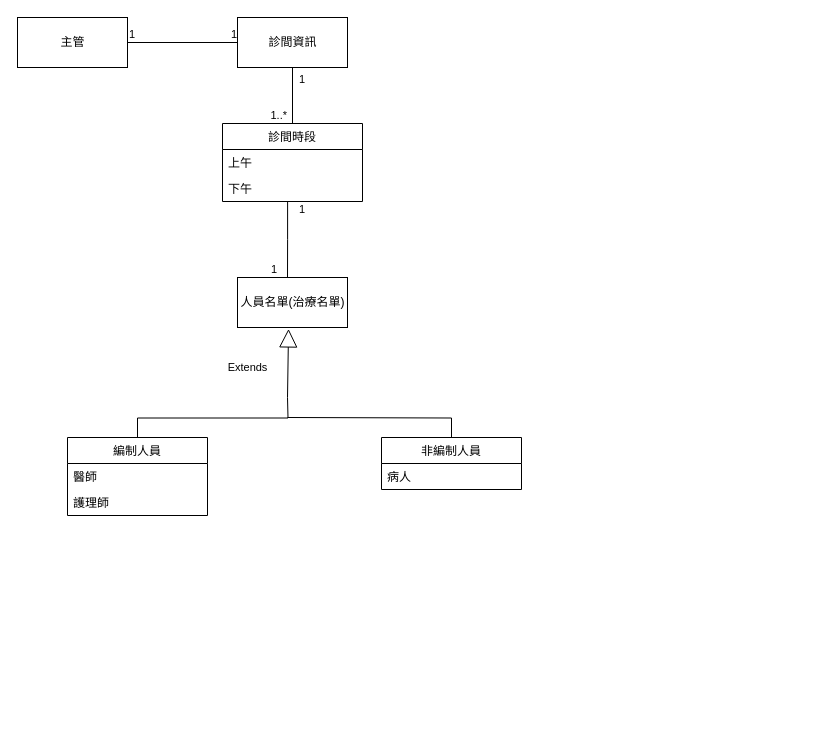
Before: Clinic.drawio in today16/110-2HW2, a draw.io diagram. Source tidied: cells renumbered, new cells numbered last; positions are measured from the earlier drawing's top-left corner, leaving out a move shared by most shapes. Both pictures are drawn from the tidied source at 100%, with x=0, y=0 at pixel (17, 17).
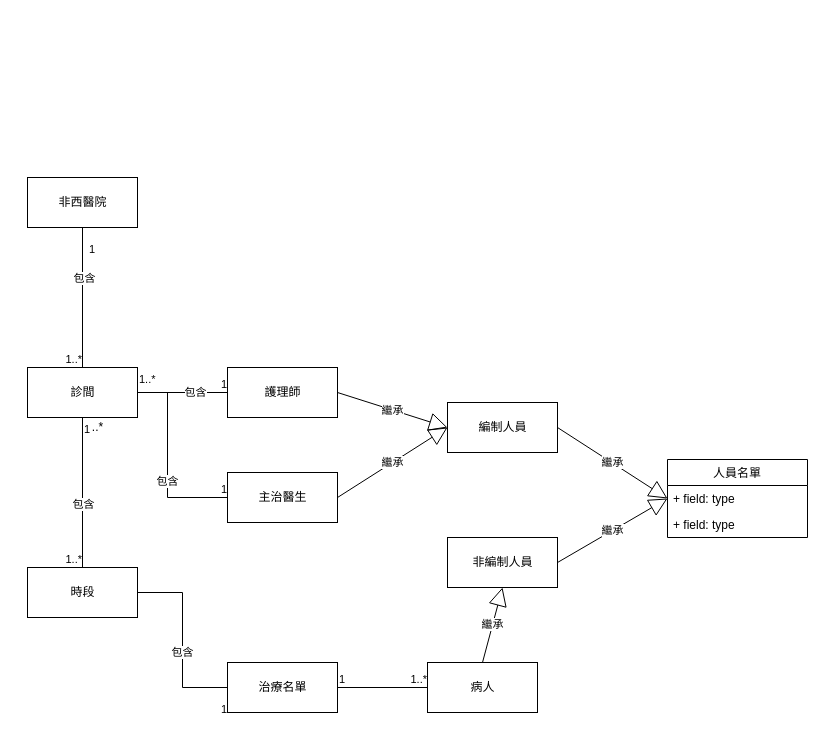
After the change.

What changed in the source:
```diff
@@
+    <mxCell id="25" value="非西醫院" style="html=1;" parent="1" vertex="1">
+      <mxGeometry x="10" y="160" width="110" height="50" as="geometry" />
+    </mxCell>
+    <mxCell id="26" value="診間" style="html=1;" parent="1" vertex="1">
+      <mxGeometry x="10" y="350" width="110" height="50" as="geometry" />
+    </mxCell>
+    <mxCell id="27" value="時段" style="html=1;" parent="1" vertex="1">
+      <mxGeometry x="10" y="550" width="110" height="50" as="geometry" />
+    </mxCell>
+    <mxCell id="28" value="治療名單" style="html=1;" parent="1" vertex="1">
+      <mxGeometry x="210" y="645" width="110" height="50" as="geometry" />
+    </mxCell>
+    <mxCell id="29" value="主治醫生" style="html=1;" parent="1" vertex="1">
+      <mxGeometry x="210" y="455" width="110" height="50" as="geometry" />
+    </mxCell>
+    <mxCell id="10" value="護理師" style="html=1;" parent="1" vertex="1">
+      <mxGeometry x="210" y="350" width="110" height="50" as="geometry" />
+    </mxCell>
+    <mxCell id="3" value="病人" style="html=1;" parent="1" vertex="1">
+      <mxGeometry x="410" y="645" width="110" height="50" as="geometry" />
+    </mxCell>
+    <mxCell id="30" style="endArrow=none;html=1;edgeStyle=orthogonalEdgeStyle;rounded=0;exitX=0.5;exitY=1;exitDx=0;exitDy=0;entryX=0.5;entryY=0;entryDx=0;entryDy=0;" parent="1" edge="1" source="25" target="26">
+      <mxGeometry relative="1" as="geometry" />
+    </mxCell>
+    <mxCell id="31" value="1" style="edgeLabel;html=1;align=left;verticalAlign=bottom;" parent="30" vertex="1">
+      <mxGeometry x="-1" relative="1" as="geometry">
+        <mxPoint x="5" y="30" as="offset" />
+      </mxGeometry>
+    </mxCell>
+    <mxCell id="32" value="1..*" style="edgeLabel;html=1;align=right;verticalAlign=bottom;" parent="30" vertex="1">
+      <mxGeometry x="1" relative="1" as="geometry" />
+    </mxCell>
+    <mxCell id="33" value="包含" style="edgeLabel;html=1;align=center;verticalAlign=middle;" parent="30" vertex="1">
+      <mxGeometry x="-0.29" y="1" relative="1" as="geometry" />
+    </mxCell>
+    <mxCell id="34" style="endArrow=none;html=1;edgeStyle=orthogonalEdgeStyle;rounded=0;exitX=0.5;exitY=1;exitDx=0;exitDy=0;entryX=0.5;entryY=0;entryDx=0;entryDy=0;" parent="1" edge="1" source="26" target="27">
+      <mxGeometry relative="1" as="geometry" />
+    </mxCell>
+    <mxCell id="35" value="1" style="edgeLabel;html=1;align=left;verticalAlign=bottom;" parent="34" vertex="1">
+      <mxGeometry x="-1" relative="1" as="geometry">
+        <mxPoint y="20" as="offset" />
+      </mxGeometry>
+    </mxCell>
+    <mxCell id="36" value="1..*" style="edgeLabel;html=1;align=right;verticalAlign=bottom;" parent="34" vertex="1">
+      <mxGeometry x="1" relative="1" as="geometry" />
+    </mxCell>
+    <mxCell id="37" value="包含" style="edgeLabel;html=1;align=center;verticalAlign=middle;" parent="34" vertex="1">
+      <mxGeometry x="0.15" relative="1" as="geometry" />
+    </mxCell>
+    <mxCell id="38" style="endArrow=none;html=1;edgeStyle=orthogonalEdgeStyle;rounded=0;exitX=1;exitY=0.5;exitDx=0;exitDy=0;entryX=0;entryY=0.5;entryDx=0;entryDy=0;" parent="1" edge="1" source="26" target="29">
+      <mxGeometry relative="1" as="geometry">
+        <Array as="points">
+          <mxPoint x="150" y="375" />
+          <mxPoint x="150" y="480" />
+        </Array>
+      </mxGeometry>
+    </mxCell>
+    <mxCell id="39" value="1..*" style="edgeLabel;html=1;align=left;verticalAlign=bottom;" parent="38" vertex="1">
+      <mxGeometry x="-1" relative="1" as="geometry">
+        <mxPoint y="-5" as="offset" />
+      </mxGeometry>
+    </mxCell>
+    <mxCell id="40" value="1" style="edgeLabel;html=1;align=right;verticalAlign=bottom;" parent="38" vertex="1">
+      <mxGeometry x="1" relative="1" as="geometry" />
+    </mxCell>
+    <mxCell id="41" value="包含" style="edgeLabel;html=1;align=center;verticalAlign=middle;" parent="38" vertex="1">
+      <mxGeometry x="0.21" y="-1" relative="1" as="geometry" />
+    </mxCell>
+    <mxCell id="42" style="endArrow=none;html=1;edgeStyle=orthogonalEdgeStyle;rounded=0;exitX=1;exitY=0.5;exitDx=0;exitDy=0;entryX=0;entryY=0.5;entryDx=0;entryDy=0;" parent="1" edge="1" source="27" target="28">
+      <mxGeometry relative="1" as="geometry" />
+    </mxCell>
+    <mxCell id="43" value="1" style="edgeLabel;html=1;align=right;verticalAlign=bottom;" parent="42" vertex="1">
+      <mxGeometry x="1" relative="1" as="geometry">
+        <mxPoint y="30" as="offset" />
+      </mxGeometry>
+    </mxCell>
+    <mxCell id="44" value="包含" style="edgeLabel;html=1;align=center;verticalAlign=middle;" parent="42" vertex="1">
+      <mxGeometry x="0.12" y="-1" relative="1" as="geometry" />
+    </mxCell>
+    <mxCell id="45" value="..*" style="text;html=1;align=center;verticalAlign=middle;strokeColor=none;fillColor=none;" parent="1" vertex="1">
+      <mxGeometry x="65" y="400" width="30" height="20" as="geometry" />
+    </mxCell>
+    <mxCell id="46" style="endArrow=none;html=1;edgeStyle=orthogonalEdgeStyle;rounded=0;exitX=1;exitY=0.5;exitDx=0;exitDy=0;entryX=0;entryY=0.5;entryDx=0;entryDy=0;" parent="1" edge="1" source="26" target="10">
+      <mxGeometry relative="1" as="geometry" />
+    </mxCell>
+    <mxCell id="47" value="1" style="edgeLabel;html=1;align=right;verticalAlign=bottom;" parent="46" vertex="1">
+      <mxGeometry x="1" relative="1" as="geometry" />
+    </mxCell>
+    <mxCell id="48" value="包含" style="edgeLabel;html=1;align=center;verticalAlign=middle;" parent="46" vertex="1">
+      <mxGeometry x="0.27" y="1" relative="1" as="geometry" />
+    </mxCell>
+    <mxCell id="8" value="編制人員" style="html=1;" parent="1" vertex="1">
+      <mxGeometry x="430" y="385" width="110" height="50" as="geometry" />
+    </mxCell>
+    <mxCell id="49" value="繼承" style="endArrow=block;endSize=16;endFill=0;html=1;rounded=0;exitX=1;exitY=0.5;exitDx=0;exitDy=0;entryX=0;entryY=0.5;entryDx=0;entryDy=0;" parent="1" edge="1" source="10" target="8">
+      <mxGeometry relative="1" as="geometry" />
+    </mxCell>
+    <mxCell id="50" value="繼承" style="endArrow=block;endSize=16;endFill=0;html=1;rounded=0;exitX=1;exitY=0.5;exitDx=0;exitDy=0;entryX=0;entryY=0.5;entryDx=0;entryDy=0;" parent="1" edge="1" source="29" target="8">
+      <mxGeometry relative="1" as="geometry" />
+    </mxCell>
+    <mxCell id="51" value="繼承" style="endArrow=block;endSize=16;endFill=0;html=1;rounded=0;exitX=0.5;exitY=0;exitDx=0;exitDy=0;entryX=0.5;entryY=1;entryDx=0;entryDy=0;" parent="1" edge="1" source="3" target="2">
+      <mxGeometry relative="1" as="geometry" />
+    </mxCell>
-    <mxCell id="2" value="非編制人員" style="swimlane;fontStyle=0;horizontal=1;startSize=26;fillColor=none;" parent="1" vertex="1">
-      <mxGeometry x="364" y="420" width="140" height="52" as="geometry" />
+    <mxCell id="2" value="非編制人員" style="html=1;" parent="1" vertex="1">
+      <mxGeometry x="430" y="520" width="110" height="50" as="geometry" />
     </mxCell>
-    <mxCell id="3" value="病人" style="text;strokeColor=none;fillColor=none;align=left;verticalAlign=top;spacingLeft=4;spacingRight=4;overflow=hidden;points=[[0,0.5],[1,0.5]];portConstraint=eastwest;" parent="2" vertex="1">
-      <mxGeometry y="26" width="140" height="26" as="geometry" />
-    </mxCell>
-    <mxCell id="4" value="診間資訊" style="html=1;" parent="1" vertex="1">
-      <mxGeometry x="220" width="110" height="50" as="geometry" />
-    </mxCell>
-    <mxCell id="5" value="診間時段" style="swimlane;fontStyle=0;horizontal=1;startSize=26;fillColor=none;" parent="1" vertex="1">
-      <mxGeometry x="205" y="106" width="140" height="78" as="geometry" />
-    </mxCell>
-    <mxCell id="6" value="上午" style="text;strokeColor=none;fillColor=none;align=left;verticalAlign=top;spacingLeft=4;spacingRight=4;overflow=hidden;" parent="5" vertex="1">
-      <mxGeometry y="26" width="140" height="26" as="geometry" />
-    </mxCell>
-    <mxCell id="7" value="下午" style="text;strokeColor=none;fillColor=none;align=left;verticalAlign=top;spacingLeft=4;spacingRight=4;overflow=hidden;points=[[0,0.5],[1,0.5]];portConstraint=eastwest;" parent="5" vertex="1">
-      <mxGeometry y="52" width="140" height="26" as="geometry" />
-    </mxCell>
-    <mxCell id="8" value="編制人員" style="swimlane;fontStyle=0;horizontal=1;startSize=26;fillColor=none;" parent="1" vertex="1">
-      <mxGeometry x="50" y="420" width="140" height="78" as="geometry" />
-    </mxCell>
-    <mxCell id="9" value="醫師" style="text;strokeColor=none;fillColor=none;align=left;verticalAlign=top;spacingLeft=4;spacingRight=4;overflow=hidden;" parent="8" vertex="1">
-      <mxGeometry y="26" width="140" height="26" as="geometry" />
-    </mxCell>
-    <mxCell id="10" value="護理師" style="text;strokeColor=none;fillColor=none;align=left;verticalAlign=top;spacingLeft=4;spacingRight=4;overflow=hidden;points=[[0,0.5],[1,0.5]];portConstraint=eastwest;" parent="8" vertex="1">
-      <mxGeometry y="52" width="140" height="26" as="geometry" />
-    </mxCell>
-    <mxCell id="11" value="主管" style="html=1;" parent="1" vertex="1">
-      <mxGeometry width="110" height="50" as="geometry" />
-    </mxCell>
-    <mxCell id="12" style="endArrow=none;html=1;edgeStyle=orthogonalEdgeStyle;rounded=0;exitX=1;exitY=0.5;exitDx=0;exitDy=0;entryX=0;entryY=0.5;entryDx=0;entryDy=0;" parent="1" edge="1" source="11" target="4">
-      <mxGeometry relative="1" as="geometry" />
-    </mxCell>
-    <mxCell id="13" value="1" style="edgeLabel;html=1;align=left;verticalAlign=bottom;" parent="12" vertex="1">
-      <mxGeometry x="-1" relative="1" as="geometry" />
-    </mxCell>
-    <mxCell id="14" value="1" style="edgeLabel;html=1;align=right;verticalAlign=bottom;" parent="12" vertex="1">
-      <mxGeometry x="1" relative="1" as="geometry" />
-    </mxCell>
-    <mxCell id="15" style="endArrow=none;html=1;edgeStyle=orthogonalEdgeStyle;rounded=0;exitX=0.5;exitY=1;exitDx=0;exitDy=0;entryX=0.5;entryY=0;entryDx=0;entryDy=0;" parent="1" edge="1" source="4" target="5">
-      <mxGeometry relative="1" as="geometry" />
-    </mxCell>
-    <mxCell id="16" value="1" style="edgeLabel;html=1;align=left;verticalAlign=bottom;" parent="15" vertex="1">
-      <mxGeometry x="-1" relative="1" as="geometry">
-        <mxPoint x="5" y="20" as="offset" />
-      </mxGeometry>
-    </mxCell>
-    <mxCell id="17" value="1..*" style="edgeLabel;html=1;align=right;verticalAlign=bottom;" parent="15" vertex="1">
-      <mxGeometry x="1" relative="1" as="geometry">
-        <mxPoint x="-5" as="offset" />
-      </mxGeometry>
-    </mxCell>
-    <mxCell id="18" value="人員名單(治療名單)" style="html=1;" parent="1" vertex="1">
-      <mxGeometry x="220" y="260" width="110" height="50" as="geometry" />
-    </mxCell>
-    <mxCell id="19" style="endArrow=none;html=1;edgeStyle=orthogonalEdgeStyle;rounded=0;entryX=0.5;entryY=0;entryDx=0;entryDy=0;exitX=0.465;exitY=0.997;exitDx=0;exitDy=0;exitPerimeter=0;" parent="1" edge="1" source="7" target="18">
-      <mxGeometry relative="1" as="geometry">
-        <Array as="points">
-          <mxPoint x="270" y="222" />
-          <mxPoint x="270" y="260" />
-        </Array>
-      </mxGeometry>
-    </mxCell>
-    <mxCell id="20" value="1" style="edgeLabel;html=1;align=left;verticalAlign=bottom;" parent="19" vertex="1">
-      <mxGeometry x="-1" relative="1" as="geometry">
-        <mxPoint x="10" y="16" as="offset" />
-      </mxGeometry>
-    </mxCell>
-    <mxCell id="21" value="1" style="edgeLabel;html=1;align=right;verticalAlign=bottom;" parent="19" vertex="1">
-      <mxGeometry x="1" relative="1" as="geometry">
-        <mxPoint x="-15" as="offset" />
-      </mxGeometry>
-    </mxCell>
-    <mxCell id="22" value="Extends" style="endArrow=block;endSize=16;endFill=0;html=1;rounded=0;entryX=0.464;entryY=1.029;entryDx=0;entryDy=0;entryPerimeter=0;" parent="1" edge="1" target="18">
-      <mxGeometry x="-0.14" y="40" relative="1" as="geometry">
-        <mxPoint x="270" y="380" as="sourcePoint" />
-      </mxGeometry>
-    </mxCell>
-    <mxCell id="23" style="endArrow=none;html=1;edgeStyle=orthogonalEdgeStyle;rounded=0;exitX=0.5;exitY=0;exitDx=0;exitDy=0;" parent="1" edge="1" source="8">
-      <mxGeometry relative="1" as="geometry">
-        <mxPoint x="270" y="380" as="targetPoint" />
-      </mxGeometry>
-    </mxCell>
-    <mxCell id="24" style="endArrow=none;html=1;edgeStyle=orthogonalEdgeStyle;rounded=0;entryX=0.5;entryY=0;entryDx=0;entryDy=0;" parent="1" edge="1" target="2">
-      <mxGeometry relative="1" as="geometry">
-        <mxPoint x="270" y="400" as="sourcePoint" />
-      </mxGeometry>
-    </mxCell>
+    <mxCell id="52" value="繼承" style="endArrow=block;endSize=16;endFill=0;html=1;rounded=0;entryX=0;entryY=0.5;entryDx=0;entryDy=0;exitX=1;exitY=0.5;exitDx=0;exitDy=0;" parent="1" edge="1" source="8" target="55">
+      <mxGeometry relative="1" as="geometry" />
+    </mxCell>
+    <mxCell id="53" value="繼承" style="endArrow=block;endSize=16;endFill=0;html=1;rounded=0;entryX=0;entryY=0.5;entryDx=0;entryDy=0;exitX=1;exitY=0.5;exitDx=0;exitDy=0;" parent="1" edge="1" source="2" target="55">
+      <mxGeometry relative="1" as="geometry" />
+    </mxCell>
+    <mxCell id="54" value="人員名單" style="swimlane;fontStyle=0;horizontal=1;startSize=26;fillColor=none;" parent="1" vertex="1">
+      <mxGeometry x="650" y="442" width="140" height="78" as="geometry" />
+    </mxCell>
+    <mxCell id="55" value="+ field: type" style="text;strokeColor=none;fillColor=none;align=left;verticalAlign=top;spacingLeft=4;spacingRight=4;overflow=hidden;points=[[0,0.5],[1,0.5]];portConstraint=eastwest;" parent="54" vertex="1">
+      <mxGeometry y="26" width="140" height="26" as="geometry" />
+    </mxCell>
+    <mxCell id="56" value="+ field: type" style="text;strokeColor=none;fillColor=none;align=left;verticalAlign=top;spacingLeft=4;spacingRight=4;overflow=hidden;" parent="54" vertex="1">
+      <mxGeometry y="52" width="140" height="26" as="geometry" />
+    </mxCell>
+    <mxCell id="57" style="endArrow=none;html=1;edgeStyle=orthogonalEdgeStyle;rounded=0;exitX=1;exitY=0.5;exitDx=0;exitDy=0;entryX=0;entryY=0.5;entryDx=0;entryDy=0;" parent="1" edge="1" source="28" target="3">
+      <mxGeometry relative="1" as="geometry" />
+    </mxCell>
+    <mxCell id="58" value="1" style="edgeLabel;html=1;align=left;verticalAlign=bottom;" parent="57" vertex="1">
+      <mxGeometry x="-1" relative="1" as="geometry" />
+    </mxCell>
+    <mxCell id="59" value="1..*" style="edgeLabel;html=1;align=right;verticalAlign=bottom;" parent="57" vertex="1">
+      <mxGeometry x="1" relative="1" as="geometry" />
+    </mxCell>
```
